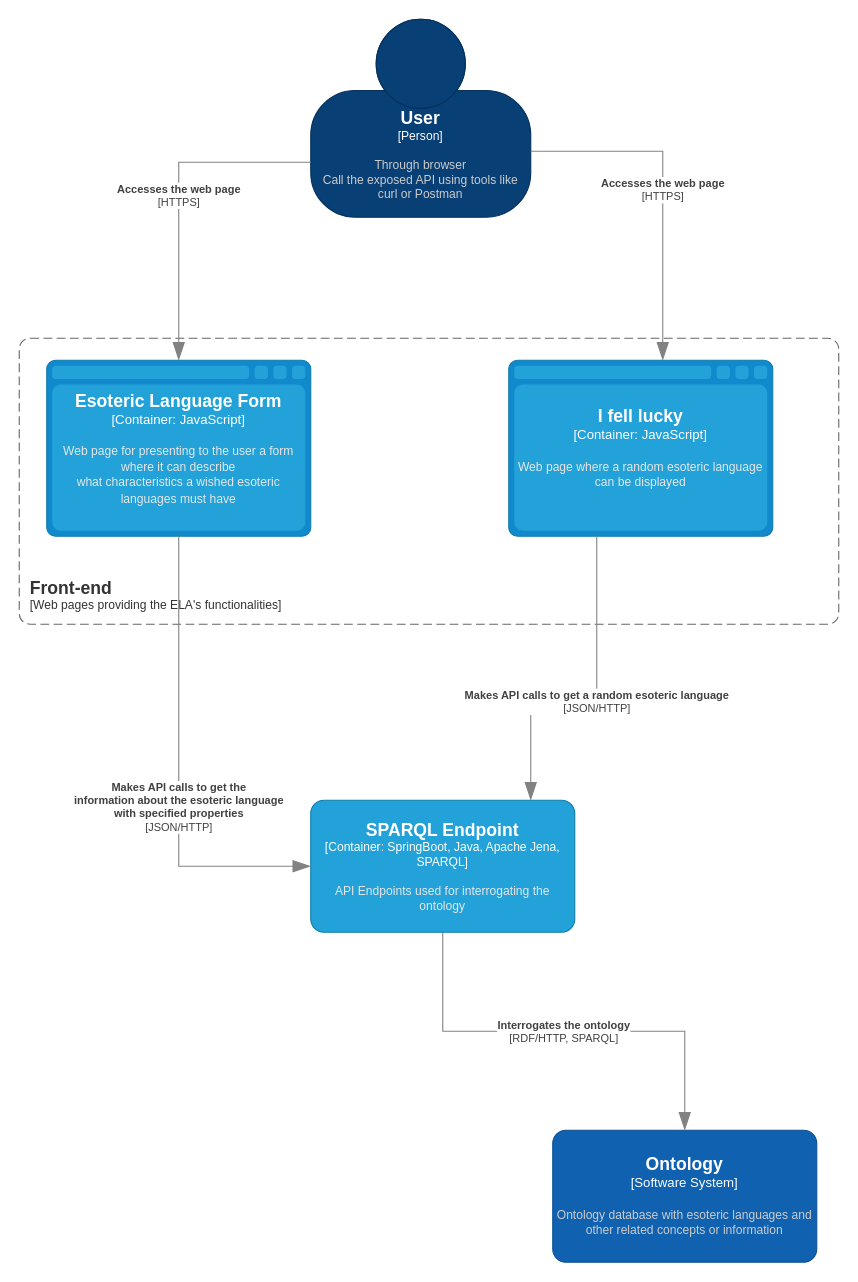
Before: documentation/diagrams/sources/c4_third_level_ui.drawio in RiZZeR99/RiZZeR99.WADeEsotericLanguage.github.io, a draw.io diagram. Source tidied: cells renumbered, new cells numbered last; positions are measured from the earlier drawing's top-left corner, leaving out a move shared by most shapes. Both pictures are drawn from the tidied source at 110%, with x=0, y=0 at pixel (19, 19).
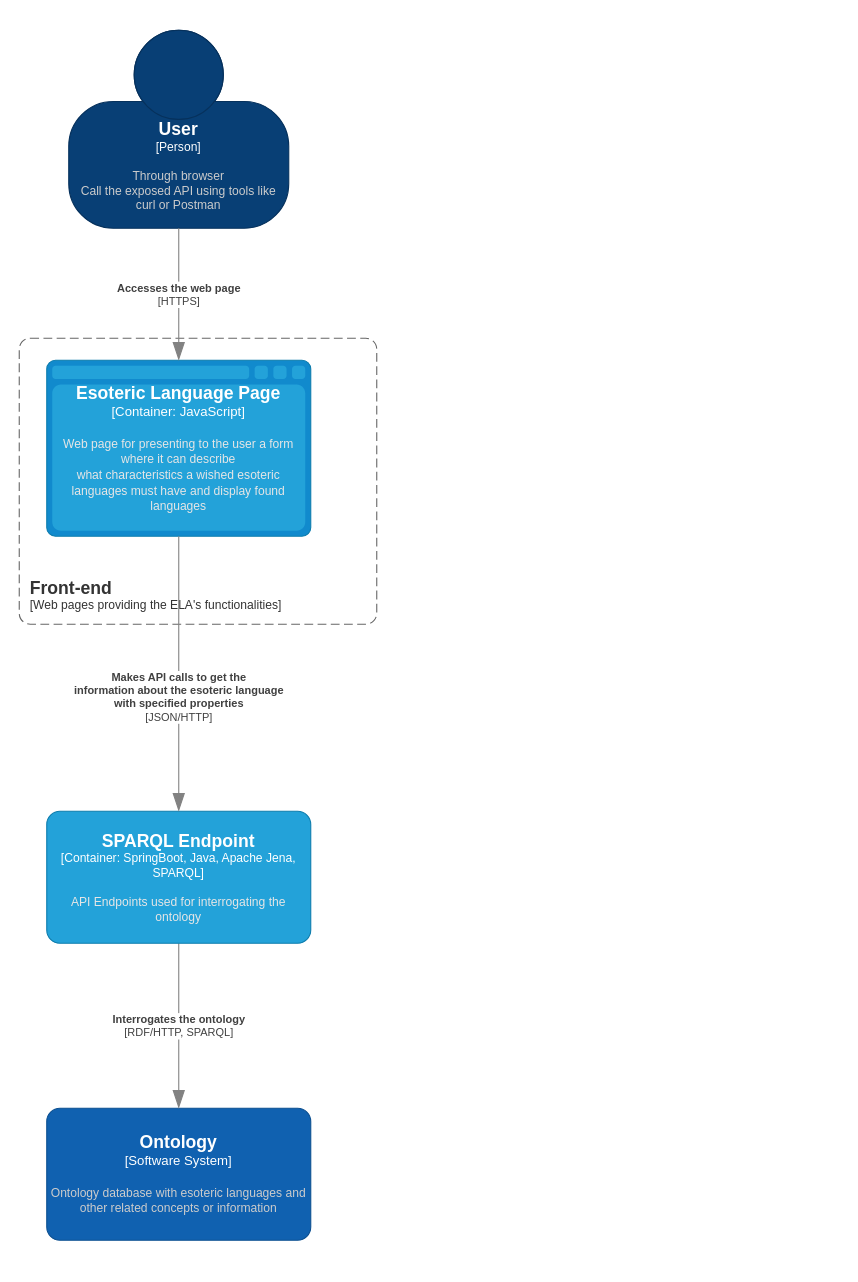
The same diagram, later.

Change to the diagram source:
```diff
@@
     <object id="2" label="&lt;font style=&quot;font-size: 16px&quot;&gt;&lt;b&gt;&lt;div style=&quot;text-align: left&quot;&gt;%c4Name%&lt;/div&gt;&lt;/b&gt;&lt;/font&gt;&lt;div style=&quot;text-align: left&quot;&gt;[%c4Application%]&lt;/div&gt;" c4Application="Web pages providing the ELA's functionalities" c4Name="Front-end" placeholders="1">
       <mxCell style="rounded=1;fontSize=11;whiteSpace=wrap;html=1;dashed=1;arcSize=20;fillColor=none;strokeColor=#666666;fontColor=#333333;labelBackgroundColor=none;align=left;verticalAlign=bottom;labelBorderColor=none;spacingTop=0;spacing=10;dashPattern=8 4;perimeter=rectanglePerimeter;noLabel=0;labelPadding=0;absoluteArcSize=1;" parent="1" vertex="1">
-        <mxGeometry y="290" width="745" height="260" as="geometry" />
+        <mxGeometry y="290" width="325" height="260" as="geometry" />
       </mxCell>
     </object>
     <object id="3" label="&lt;font style=&quot;font-size: 16px&quot;&gt;&lt;b&gt;%c4Name%&lt;/b&gt;&lt;/font&gt;&lt;div&gt;[%c4Type%]&lt;/div&gt;&lt;br&gt;&lt;div&gt;&lt;font style=&quot;font-size: 11px&quot;&gt;&lt;font color=&quot;#cccccc&quot;&gt;%c4Description%&lt;/font&gt;&lt;/div&gt;" c4Description="Through browser&#10;Call the exposed API using tools like curl or Postman" c4Name="User" c4Type="Person" placeholders="1">
       <mxCell style="html=1;fontSize=11;dashed=0;whiteSpace=wrap;fillColor=#083F75;strokeColor=#06315C;fontColor=#ffffff;shape=mxgraph.c4.person2;align=center;points=[[0.5,0,0],[1,0.5,0],[1,0.75,0],[0.75,1,0],[0.5,1,0],[0.25,1,0],[0,0.75,0],[0,0.5,0]];" parent="1" vertex="1">
-        <mxGeometry x="265" width="200" height="180" as="geometry" />
+        <mxGeometry x="45" y="10" width="200" height="180" as="geometry" />
       </mxCell>
     </object>
-    <object id="4" label="&lt;font style=&quot;font-size: 16px&quot;&gt;&lt;b&gt;%c4Type%&lt;/b&gt;&lt;/font&gt;&lt;div&gt;[%c4Container%:&amp;nbsp;%c4Technology%]&lt;/div&gt;&lt;br&gt;&lt;div&gt;&lt;font style=&quot;font-size: 11px&quot;&gt;&lt;font color=&quot;#E6E6E6&quot;&gt;%c4Description%&lt;/font&gt;&lt;/div&gt;" c4Container="Container" c4Description="Web page for presenting to the user a form where it can describe&#10;what characteristics a wished esoteric languages must have" c4Technology="JavaScript" c4Type="Esoteric Language Form" placeholders="1">
+    <object id="4" label="&lt;font style=&quot;font-size: 16px&quot;&gt;&lt;b&gt;%c4Type%&lt;/b&gt;&lt;/font&gt;&lt;div&gt;[%c4Container%:&amp;nbsp;%c4Technology%]&lt;/div&gt;&lt;br&gt;&lt;div&gt;&lt;font style=&quot;font-size: 11px&quot;&gt;&lt;font color=&quot;#E6E6E6&quot;&gt;%c4Description%&lt;/font&gt;&lt;/div&gt;" c4Container="Container" c4Description="Web page for presenting to the user a form where it can describe&#10;what characteristics a wished esoteric languages must have and display found languages" c4Technology="JavaScript" c4Type="Esoteric Language Page" placeholders="1">
       <mxCell style="shape=mxgraph.c4.webBrowserContainer2;whiteSpace=wrap;html=1;boundedLbl=1;rounded=0;labelBackgroundColor=none;strokeColor=#118ACD;fillColor=#23A2D9;strokeColor=#118ACD;strokeColor2=#0E7DAD;fontSize=12;fontColor=#ffffff;align=center;points=[[0.5,0,0],[1,0.25,0],[1,0.5,0],[1,0.75,0],[0.5,1,0],[0,0.75,0],[0,0.5,0],[0,0.25,0]];" parent="1" vertex="1">
         <mxGeometry x="25" y="310" width="240" height="160" as="geometry" />
       </mxCell>
     </object>
-    <object id="5" label="&lt;font style=&quot;font-size: 16px&quot;&gt;&lt;b&gt;%c4Type%&lt;/b&gt;&lt;/font&gt;&lt;div&gt;[%c4Container%:&amp;nbsp;%c4Technology%]&lt;/div&gt;&lt;br&gt;&lt;div&gt;&lt;font style=&quot;font-size: 11px&quot;&gt;&lt;font color=&quot;#E6E6E6&quot;&gt;%c4Description%&lt;/font&gt;&lt;/div&gt;" c4Container="Container" c4Description="Web page where a random esoteric language can be displayed" c4Technology="JavaScript" c4Type="I fell lucky" placeholders="1">
-      <mxCell style="shape=mxgraph.c4.webBrowserContainer2;whiteSpace=wrap;html=1;boundedLbl=1;rounded=0;labelBackgroundColor=none;strokeColor=#118ACD;fillColor=#23A2D9;strokeColor=#118ACD;strokeColor2=#0E7DAD;fontSize=12;fontColor=#ffffff;align=center;points=[[0.5,0,0],[1,0.25,0],[1,0.5,0],[1,0.75,0],[0.5,1,0],[0,0.75,0],[0,0.5,0],[0,0.25,0]];" parent="1" vertex="1">
-        <mxGeometry x="445" y="310" width="240" height="160" as="geometry" />
-      </mxCell>
-    </object>
@@
-    <object id="7" label="&lt;div style=&quot;text-align: left&quot;&gt;&lt;div style=&quot;text-align: center&quot;&gt;&lt;b&gt;%c4Description%&lt;/b&gt;&lt;/div&gt;&lt;div style=&quot;text-align: center&quot;&gt;[%c4Technology%]&lt;/div&gt;&lt;/div&gt;" c4Description="Accesses the web page" c4Technology="HTTPS" placeholders="1">
-      <mxCell style="endArrow=blockThin;html=1;fontSize=10;fontColor=#404040;strokeWidth=1;endFill=1;strokeColor=#828282;elbow=vertical;endSize=14;startSize=14;jumpStyle=arc;jumpSize=16;rounded=0;edgeStyle=orthogonalEdgeStyle;" parent="1" edge="1" source="3" target="5">
-        <mxGeometry relative="1" as="geometry">
-          <Array as="points">
-            <mxPoint x="585" y="120" />
-          </Array>
-        </mxGeometry>
-      </mxCell>
-    </object>
     <object id="8" label="&lt;font style=&quot;font-size: 16px&quot;&gt;&lt;b&gt;%c4Name%&lt;/b&gt;&lt;/font&gt;&lt;div&gt;[%c4Type%]&lt;/div&gt;&lt;br&gt;&lt;div&gt;&lt;font style=&quot;font-size: 11px&quot;&gt;&lt;font color=&quot;#cccccc&quot;&gt;%c4Description%&lt;/font&gt;&lt;/div&gt;" c4Description="Ontology database with esoteric languages and other related concepts or information" c4Name="Ontology" c4Type="Software System" placeholders="1">
       <mxCell style="rounded=1;whiteSpace=wrap;html=1;labelBackgroundColor=none;fillColor=#1061B0;fontColor=#ffffff;align=center;arcSize=10;strokeColor=#0D5091;points=[[0.25,0,0],[0.5,0,0],[0.75,0,0],[1,0.25,0],[1,0.5,0],[1,0.75,0],[0.75,1,0],[0.5,1,0],[0.25,1,0],[0,0.75,0],[0,0.5,0],[0,0.25,0]];" parent="1" vertex="1">
-        <mxGeometry x="485" y="1010" width="240" height="120" as="geometry" />
+        <mxGeometry x="25" y="990" width="240" height="120" as="geometry" />
       </mxCell>
     </object>
@@
     <object id="10" label="&lt;font style=&quot;font-size: 16px&quot;&gt;&lt;b&gt;%c4Name%&lt;/b&gt;&lt;/font&gt;&lt;div&gt;[%c4Type%: %c4Technology%]&lt;/div&gt;&lt;br&gt;&lt;div&gt;&lt;font style=&quot;font-size: 11px&quot;&gt;&lt;font color=&quot;#E6E6E6&quot;&gt;%c4Description%&lt;/font&gt;&lt;/div&gt;" c4Description="API Endpoints used for interrogating the ontology" c4Name="SPARQL Endpoint" c4Technology="SpringBoot, Java, Apache Jena, SPARQL" c4Type="Container" placeholders="1">
       <mxCell style="rounded=1;whiteSpace=wrap;html=1;fontSize=11;labelBackgroundColor=none;fillColor=#23A2D9;fontColor=#ffffff;align=center;arcSize=10;strokeColor=#0E7DAD;points=[[0.25,0,0],[0.5,0,0],[0.75,0,0],[1,0.25,0],[1,0.5,0],[1,0.75,0],[0.75,1,0],[0.5,1,0],[0.25,1,0],[0,0.75,0],[0,0.5,0],[0,0.25,0]];" parent="1" vertex="1">
-        <mxGeometry x="265" y="710" width="240" height="120" as="geometry" />
+        <mxGeometry x="25" y="720" width="240" height="120" as="geometry" />
       </mxCell>
     </object>
@@
-    <object id="12" label="&lt;div style=&quot;text-align: left&quot;&gt;&lt;div style=&quot;text-align: center&quot;&gt;&lt;b&gt;%c4Description%&lt;/b&gt;&lt;/div&gt;&lt;div style=&quot;text-align: center&quot;&gt;[%c4Technology%]&lt;/div&gt;&lt;/div&gt;" c4Description="Makes API calls to get a random esoteric language" c4Technology="JSON/HTTP" placeholders="1">
-      <mxCell style="endArrow=blockThin;html=1;fontSize=10;fontColor=#404040;strokeWidth=1;endFill=1;strokeColor=#828282;elbow=vertical;endSize=14;startSize=14;jumpStyle=arc;jumpSize=16;rounded=0;edgeStyle=orthogonalEdgeStyle;" parent="1" edge="1" source="5" target="10">
-        <mxGeometry relative="1" as="geometry">
-          <Array as="points">
-            <mxPoint x="525" y="630" />
-            <mxPoint x="465" y="630" />
-          </Array>
-        </mxGeometry>
-      </mxCell>
-    </object>
```
